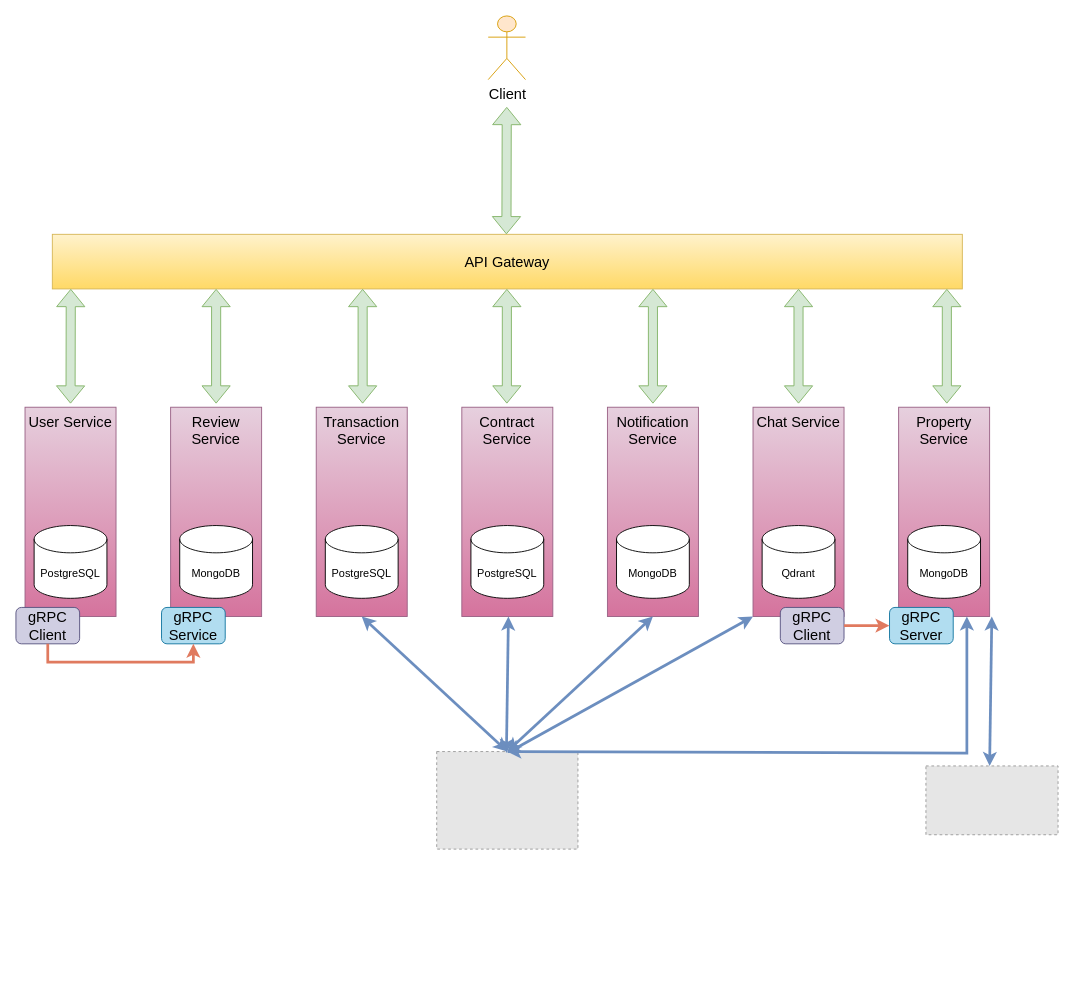
Earlier version of the draw.io diagram docs/KLTN_Architecture.drawio (thaoanhhaa1/kltn-backend). Source tidied: cells renumbered, new cells numbered last; positions are measured from the earlier drawing's top-left corner, leaving out a move shared by most shapes. Both pictures are drawn from the tidied source at 91%, with x=0, y=0 at pixel (15, 15). Pictures stored in the file or linked from it are replaced by grey dashed boxes.
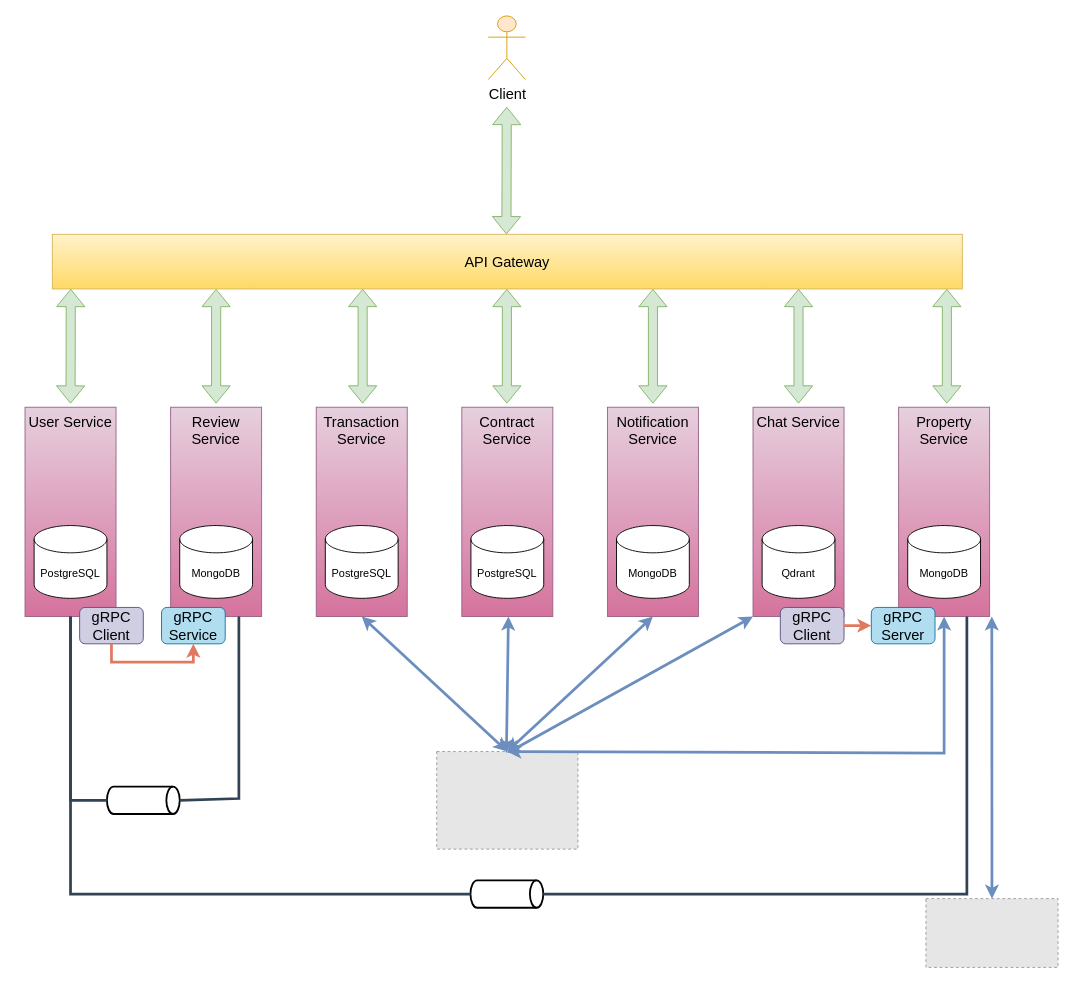
After the change.

The change refers to these unchanged cells:
```xml
<mxCell id="12" value="User Service" style="rounded=0;whiteSpace=wrap;html=1;strokeColor=#996185;fillColor=#e6d0de;fontSize=16;horizontal=1;verticalAlign=top;gradientColor=#d5739d;" parent="1" vertex="1">
  <mxGeometry x="10" y="430" width="100" height="230" as="geometry" />
</mxCell>
<mxCell id="17" value="Property Service" style="rounded=0;whiteSpace=wrap;html=1;strokeColor=#996185;fillColor=#e6d0de;fontSize=16;horizontal=1;verticalAlign=top;gradientColor=#d5739d;" parent="1" vertex="1">
  <mxGeometry x="970" y="430" width="100" height="230" as="geometry" />
</mxCell>
<mxCell id="19" value="Review Service" style="rounded=0;whiteSpace=wrap;html=1;strokeColor=#996185;fillColor=#e6d0de;fontSize=16;horizontal=1;verticalAlign=top;gradientColor=#d5739d;" parent="1" vertex="1">
  <mxGeometry x="170" y="430" width="100" height="230" as="geometry" />
</mxCell>
<mxCell id="29" value="gRPC Service" style="rounded=1;whiteSpace=wrap;html=1;strokeColor=#10739e;fillColor=#b1ddf0;fontSize=16;" parent="1" vertex="1">
  <mxGeometry x="160" y="650" width="70" height="40" as="geometry" />
</mxCell>
<mxCell id="32" style="fillColor=#E6E6E6;strokeColor=#999999;dashed=1;verticalLabelPosition=bottom;labelBackgroundColor=default;verticalAlign=top;" parent="1" vertex="1">
  <mxGeometry x="462.4" y="808.4" width="155.2" height="107.2" as="geometry" />
</mxCell>
```

Diff of the diagram source:
```diff
@@
     <mxCell id="27" value="gRPC Server" style="rounded=1;whiteSpace=wrap;html=1;strokeColor=#10739e;fillColor=#b1ddf0;fontSize=16;" parent="1" vertex="1">
-      <mxGeometry x="960" y="650" width="70" height="40" as="geometry" />
+      <mxGeometry x="940" y="650" width="70" height="40" as="geometry" />
     </mxCell>
@@
     <mxCell id="30" value="gRPC Client" style="rounded=1;whiteSpace=wrap;html=1;strokeColor=#56517e;fillColor=#d0cee2;fontSize=16;" parent="1" vertex="1">
-      <mxGeometry y="650" width="70" height="40" as="geometry" />
+      <mxGeometry x="70" y="650" width="70" height="40" as="geometry" />
     </mxCell>
     <mxCell id="31" style="endArrow=classic;html=1;rounded=0;strokeColor=#E07A5F;fontColor=#393C56;fillColor=#F2CC8F;entryX=0.5;entryY=1;entryDx=0;entryDy=0;exitX=0.5;exitY=1;exitDx=0;exitDy=0;strokeWidth=3;" parent="1" edge="1" source="30" target="29">
       <mxGeometry relative="1" as="geometry">
         <Array as="points">
-          <mxPoint x="35" y="710" />
+          <mxPoint x="105" y="710" />
           <mxPoint x="195" y="710" />
         </Array>
       </mxGeometry>
     </mxCell>
@@
     <mxCell id="33" style="fillColor=#E6E6E6;strokeColor=#999999;dashed=1;verticalLabelPosition=bottom;labelBackgroundColor=default;verticalAlign=top;" parent="1" vertex="1">
-      <mxGeometry x="1000" y="824.2" width="145.2" height="75.6" as="geometry" />
+      <mxGeometry x="1000" y="970" width="145.2" height="75.6" as="geometry" />
     </mxCell>
-    <mxCell id="34" style="endArrow=classic;startArrow=classic;html=1;rounded=0;strokeWidth=3;fillColor=#dae8fc;strokeColor=#6c8ebf;entryX=0.75;entryY=1;entryDx=0;entryDy=0;exitX=0.5;exitY=0;exitDx=0;exitDy=0;" parent="1" edge="1">
+    <mxCell id="34" style="endArrow=classic;startArrow=classic;html=1;rounded=0;strokeWidth=3;fillColor=#dae8fc;strokeColor=#6c8ebf;entryX=0.75;entryY=1;entryDx=0;entryDy=0;" parent="1" edge="1" source="33">
       <mxGeometry relative="1" as="geometry">
-        <mxPoint x="1070" y="824.2" as="sourcePoint" />
         <mxPoint x="1072.4" y="660" as="targetPoint" />
       </mxGeometry>
     </mxCell>
-    <mxCell id="35" style="endArrow=classic;startArrow=classic;html=1;rounded=0;strokeWidth=3;fillColor=#dae8fc;strokeColor=#6c8ebf;exitX=0.5;exitY=0;exitDx=0;exitDy=0;entryX=0.75;entryY=1;entryDx=0;entryDy=0;" parent="1" edge="1" source="32" target="17">
+    <mxCell id="35" style="endArrow=classic;startArrow=classic;html=1;rounded=0;strokeWidth=3;fillColor=#dae8fc;strokeColor=#6c8ebf;exitX=0.5;exitY=0;exitDx=0;exitDy=0;entryX=0.5;entryY=1;entryDx=0;entryDy=0;" parent="1" edge="1" source="32" target="17">
       <mxGeometry relative="1" as="geometry">
         <Array as="points">
-          <mxPoint x="1045" y="810" />
+          <mxPoint x="1020" y="810" />
         </Array>
       </mxGeometry>
     </mxCell>
@@
+    <mxCell id="40" style="strokeWidth=2;html=1;shape=mxgraph.flowchart.direct_data;whiteSpace=wrap;" parent="1" vertex="1">
+      <mxGeometry x="499.5" y="950" width="80" height="30" as="geometry" />
+    </mxCell>
+    <mxCell id="41" style="endArrow=none;html=1;rounded=0;strokeWidth=3;exitX=0.5;exitY=1;exitDx=0;exitDy=0;entryX=0;entryY=0.5;entryDx=0;entryDy=0;entryPerimeter=0;fillColor=#647687;strokeColor=#314354;" parent="1" edge="1" source="12" target="40">
+      <mxGeometry relative="1" as="geometry">
+        <Array as="points">
+          <mxPoint x="60" y="965" />
+        </Array>
+      </mxGeometry>
+    </mxCell>
+    <mxCell id="42" style="endArrow=none;html=1;rounded=0;strokeWidth=3;exitX=1;exitY=0.5;exitDx=0;exitDy=0;entryX=0.75;entryY=1;entryDx=0;entryDy=0;fillColor=#647687;strokeColor=#314354;exitPerimeter=0;" parent="1" edge="1" source="40" target="17">
+      <mxGeometry relative="1" as="geometry">
+        <Array as="points">
+          <mxPoint x="1045" y="965" />
+        </Array>
+      </mxGeometry>
+    </mxCell>
+    <mxCell id="43" style="strokeWidth=2;html=1;shape=mxgraph.flowchart.direct_data;whiteSpace=wrap;" parent="1" vertex="1">
+      <mxGeometry x="100" y="847" width="80" height="30" as="geometry" />
+    </mxCell>
+    <mxCell id="44" style="endArrow=none;html=1;rounded=0;strokeWidth=3;exitX=0.5;exitY=1;exitDx=0;exitDy=0;entryX=0;entryY=0.5;entryDx=0;entryDy=0;entryPerimeter=0;fillColor=#647687;strokeColor=#314354;" parent="1" edge="1" target="43">
+      <mxGeometry relative="1" as="geometry">
+        <mxPoint x="60" y="660" as="sourcePoint" />
+        <Array as="points">
+          <mxPoint x="60" y="862" />
+        </Array>
+      </mxGeometry>
+    </mxCell>
+    <mxCell id="45" style="endArrow=none;html=1;rounded=0;strokeWidth=3;entryX=0.75;entryY=1;entryDx=0;entryDy=0;fillColor=#647687;strokeColor=#314354;exitX=1;exitY=0.5;exitDx=0;exitDy=0;exitPerimeter=0;" parent="1" edge="1" source="43" target="19">
+      <mxGeometry relative="1" as="geometry">
+        <Array as="points">
+          <mxPoint x="245" y="860" />
+        </Array>
+      </mxGeometry>
+    </mxCell>
```
